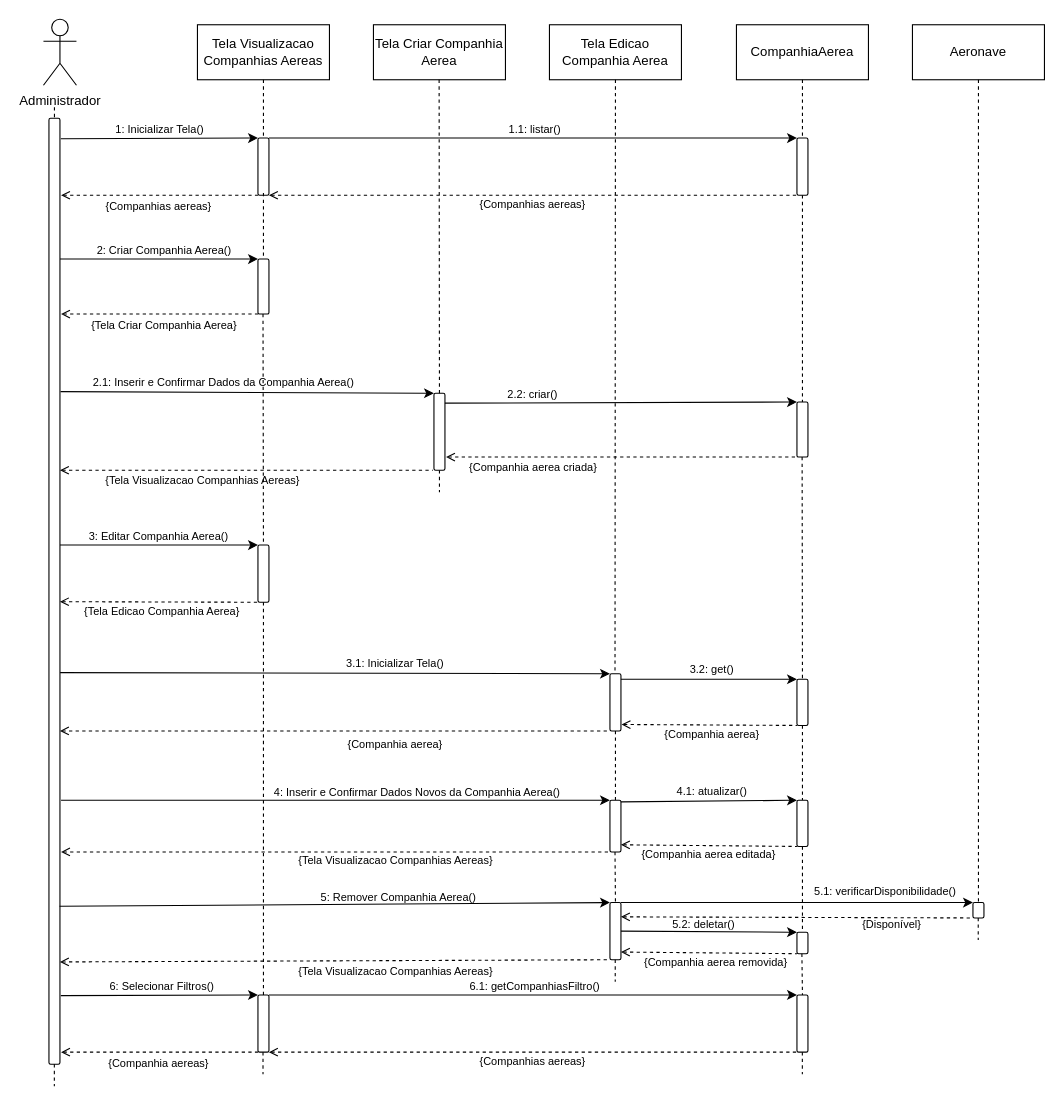
GabrielGMori/trabalho-conclus-o-ano keeps this draw.io diagram as Diagramas/Eng_de_Software/Modelos/Sequencia/Manter_Companhias_Aereas.drawio. Above is the earlier version. Source tidied: cells renumbered, new cells numbered last; positions are measured from the earlier drawing's top-left corner, leaving out a move shared by most shapes. Both pictures are drawn from the tidied source at 110%, with x=0, y=0 at pixel (43, 19).
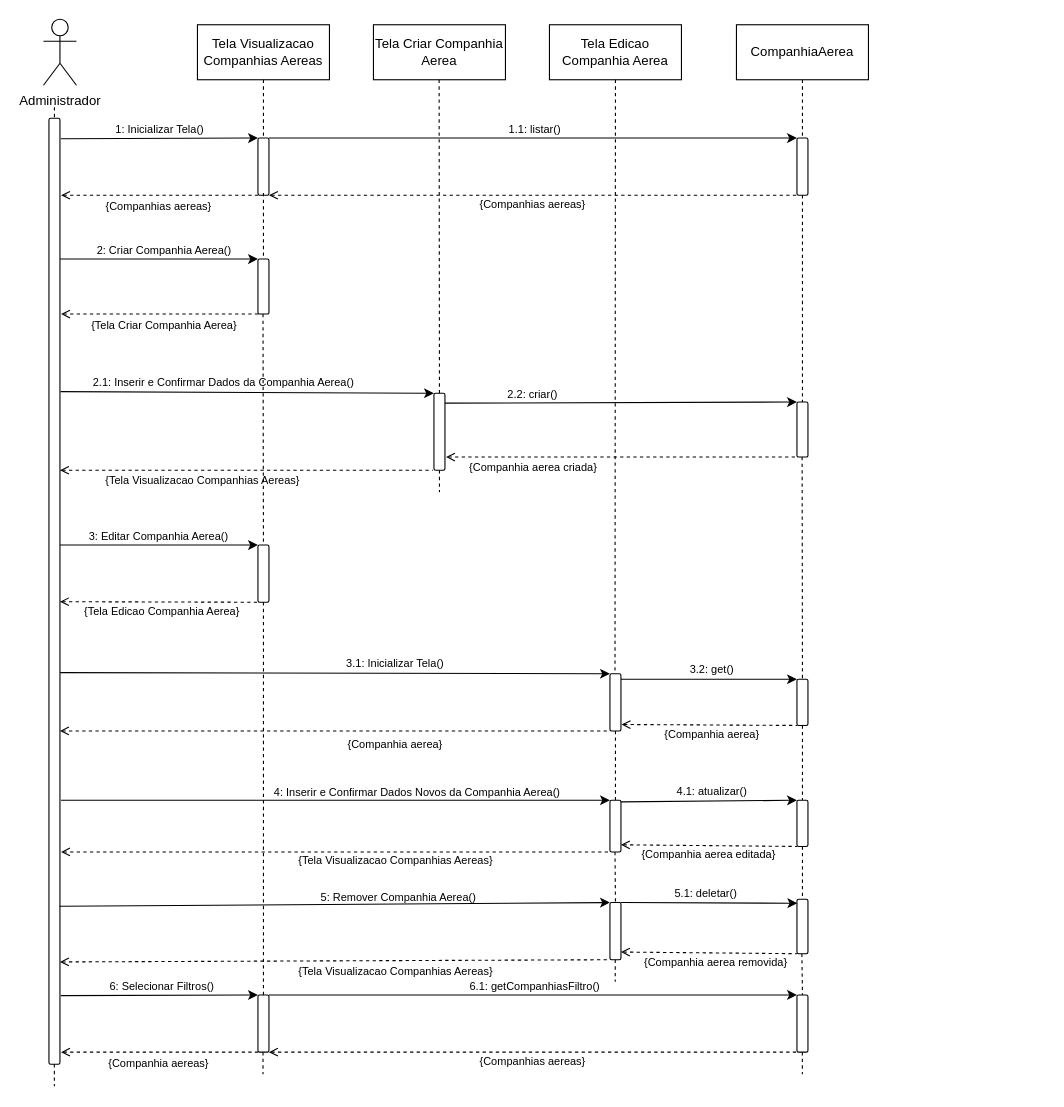
The same page after the edit.

Unchanged cells that the change refers to:
```xml
<mxCell id="64" style="rounded=1;whiteSpace=wrap;html=1;" parent="1" vertex="1">
  <mxGeometry x="515" y="803" width="10" height="52" as="geometry" />
</mxCell>
```

Change to the diagram source:
```diff
@@
     <mxCell id="68" style="rounded=1;whiteSpace=wrap;html=1;" parent="1" vertex="1">
-      <mxGeometry x="685" y="830" width="10" height="19.5" as="geometry" />
+      <mxGeometry x="685" y="800" width="10" height="49.5" as="geometry" />
     </mxCell>
-    <mxCell id="69" value="&lt;font&gt;5.2: deletar&lt;/font&gt;&lt;font&gt;()&lt;/font&gt;" style="text;html=1;align=center;verticalAlign=middle;whiteSpace=wrap;rounded=0;fontSize=10;" parent="1" vertex="1">
-      <mxGeometry x="543" y="813" width="115" height="20" as="geometry" />
+    <mxCell id="69" value="&lt;font&gt;5.1: deletar&lt;/font&gt;&lt;font&gt;()&lt;/font&gt;" style="text;html=1;align=center;verticalAlign=middle;whiteSpace=wrap;rounded=0;fontSize=10;" parent="1" vertex="1">
+      <mxGeometry x="545" y="784" width="115" height="20" as="geometry" />
     </mxCell>
-    <mxCell id="70" style="endArrow=classic;html=1;rounded=0;exitX=1;exitY=0.5;exitDx=0;exitDy=0;entryX=0;entryY=0;entryDx=0;entryDy=0;" parent="1" edge="1" source="64" target="68">
+    <mxCell id="70" style="endArrow=classic;html=1;rounded=0;exitX=1;exitY=0;exitDx=0;exitDy=0;entryX=0.031;entryY=0.073;entryDx=0;entryDy=0;entryPerimeter=0;" parent="1" edge="1" source="64" target="68">
       <mxGeometry relative="1" as="geometry" />
     </mxCell>
@@
-    <mxCell id="99" value="Aeronave" style="rounded=0;whiteSpace=wrap;html=1;" parent="1" vertex="1">
-      <mxGeometry x="790" y="5" width="120" height="50" as="geometry" />
-    </mxCell>
-    <mxCell id="100" style="endArrow=none;dashed=1;html=1;rounded=0;exitX=0.5;exitY=1;exitDx=0;exitDy=0;entryX=0.5;entryY=0;entryDx=0;entryDy=0;" parent="1" edge="1" source="99" target="101">
-      <mxGeometry relative="1" as="geometry" />
-    </mxCell>
-    <mxCell id="101" style="rounded=1;whiteSpace=wrap;html=1;" parent="1" vertex="1">
-      <mxGeometry x="845" y="803" width="10" height="14" as="geometry" />
-    </mxCell>
-    <mxCell id="102" style="endArrow=classic;html=1;rounded=0;exitX=1;exitY=0;exitDx=0;exitDy=0;entryX=0;entryY=0;entryDx=0;entryDy=0;" parent="1" edge="1" source="64" target="101">
-      <mxGeometry relative="1" as="geometry" />
-    </mxCell>
-    <mxCell id="103" style="endArrow=none;html=1;rounded=0;entryX=0;entryY=1;entryDx=0;entryDy=0;dashed=1;endFill=0;startArrow=open;startFill=0;exitX=1;exitY=0.25;exitDx=0;exitDy=0;" parent="1" edge="1" source="64" target="101">
-      <mxGeometry relative="1" as="geometry" />
-    </mxCell>
-    <mxCell id="104" value="{Disponível}" style="text;html=1;align=center;verticalAlign=middle;whiteSpace=wrap;rounded=0;fontSize=10;" parent="1" vertex="1">
-      <mxGeometry x="698" y="813" width="147" height="20" as="geometry" />
-    </mxCell>
-    <mxCell id="105" value="&lt;font&gt;5.1: verificarDisponibilidade&lt;/font&gt;&lt;font&gt;()&lt;/font&gt;" style="text;html=1;align=center;verticalAlign=middle;whiteSpace=wrap;rounded=0;fontSize=10;" parent="1" vertex="1">
-      <mxGeometry x="696" y="783" width="139" height="20" as="geometry" />
-    </mxCell>
-    <mxCell id="106" style="endArrow=none;dashed=1;html=1;rounded=0;exitX=0.5;exitY=1;exitDx=0;exitDy=0;" parent="1" edge="1">
-      <mxGeometry relative="1" as="geometry">
-        <mxPoint x="849.8" y="817" as="sourcePoint" />
-        <mxPoint x="849.8" y="837" as="targetPoint" />
-      </mxGeometry>
-    </mxCell>
```
